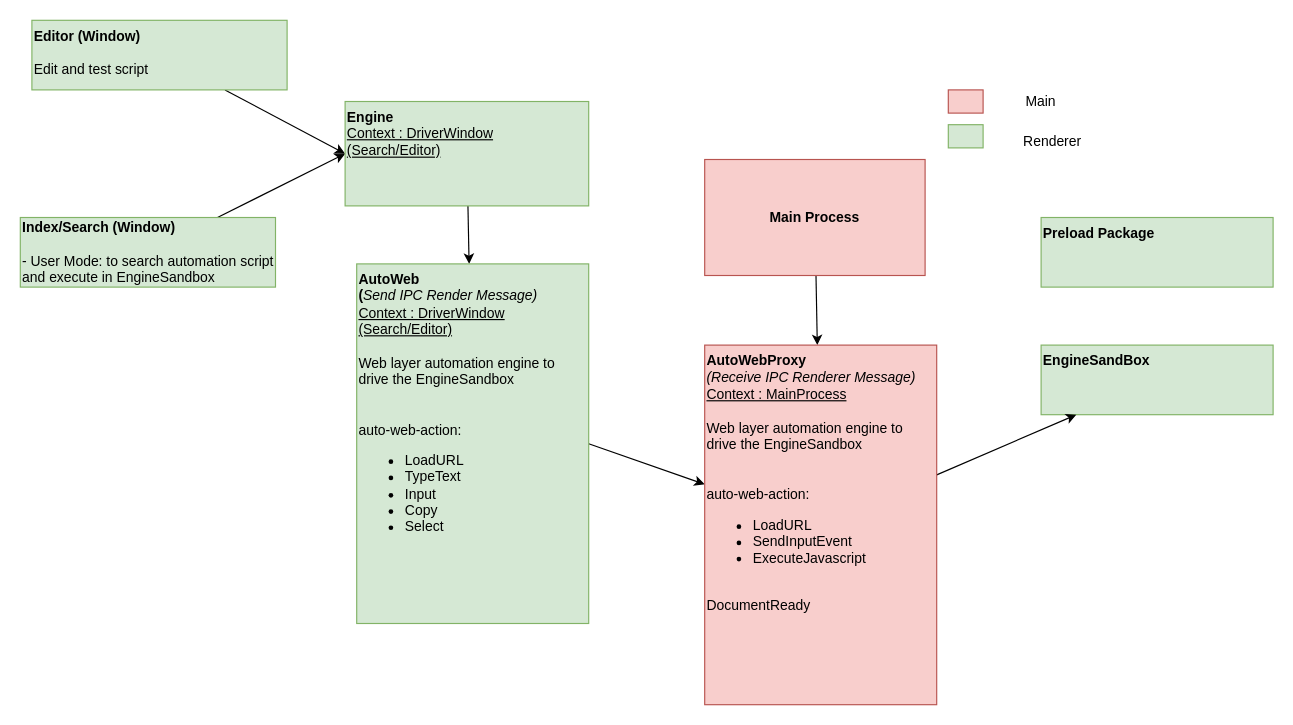
Above: documents/design/execution.drawio in polease/AutomazApp (draw.io), before the change. Source tidied: cells renumbered, new cells numbered last; positions are measured from the earlier drawing's top-left corner, leaving out a move shared by most shapes. Both pictures are drawn from the tidied source at 116%, with x=0, y=0 at pixel (20, 20).
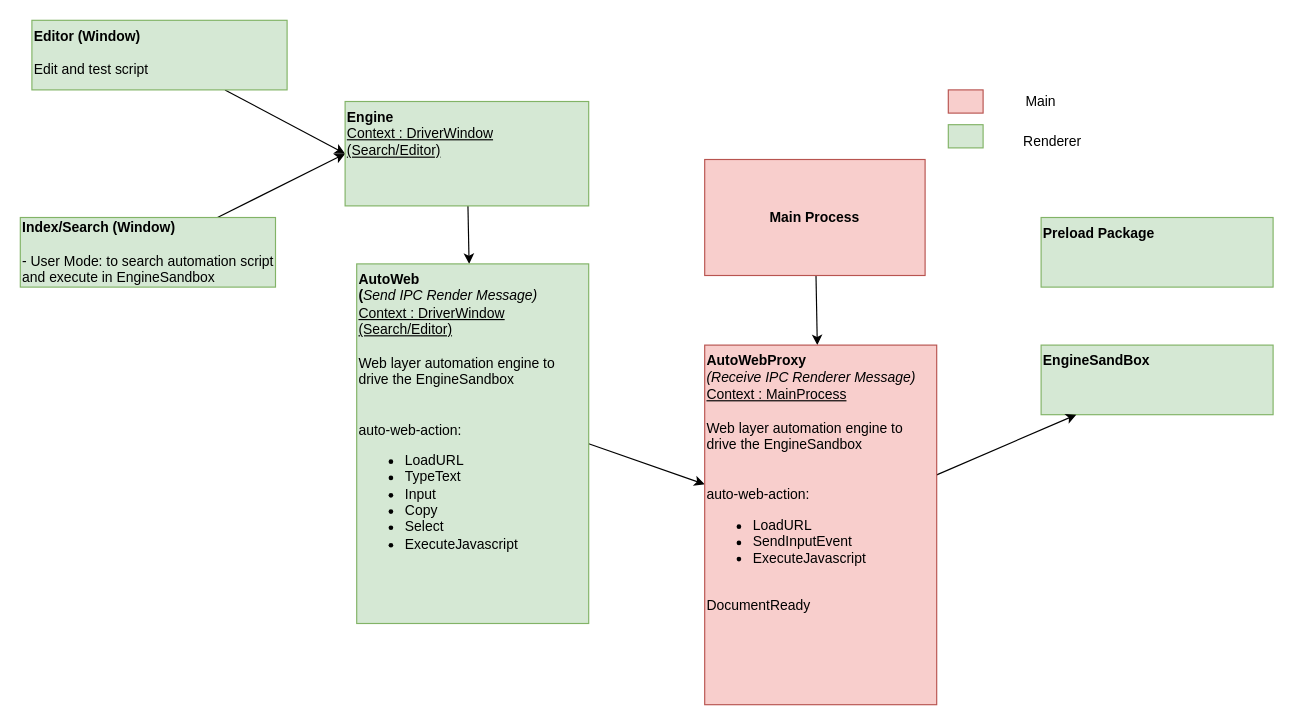
After the change.

What changed in the source:
```diff
@@
 <mxGraphModel>
   <root>
     <mxCell id="0" />
     <mxCell id="1" parent="0" />
     <mxCell id="2" value="&lt;b&gt;EngineSandBox&amp;nbsp;&lt;/b&gt;" style="rounded=0;whiteSpace=wrap;html=1;fillColor=#d5e8d4;strokeColor=#82b366;verticalAlign=top;align=left;" parent="1" vertex="1">
       <mxGeometry x="880" y="280" width="200" height="60" as="geometry" />
     </mxCell>
     <mxCell id="3" style="edgeStyle=none;html=1;" parent="1" edge="1" source="4" target="18">
       <mxGeometry relative="1" as="geometry" />
     </mxCell>
     <mxCell id="4" value="Main Process" style="rounded=0;whiteSpace=wrap;html=1;fontStyle=1;fillColor=#f8cecc;strokeColor=#b85450;" parent="1" vertex="1">
       <mxGeometry x="590" y="120" width="190" height="100" as="geometry" />
     </mxCell>
     <mxCell id="5" style="edgeStyle=none;html=1;entryX=0;entryY=0.5;entryDx=0;entryDy=0;" parent="1" edge="1" source="6" target="14">
       <mxGeometry relative="1" as="geometry" />
     </mxCell>
     <mxCell id="6" value="&lt;b&gt;Index/Search (Window)&lt;/b&gt;&lt;br&gt;&lt;br&gt;- User Mode: to search automation script and execute in EngineSandbox" style="rounded=0;whiteSpace=wrap;html=1;fillColor=#d5e8d4;strokeColor=#82b366;align=left;" parent="1" vertex="1">
       <mxGeometry y="170" width="220" height="60" as="geometry" />
     </mxCell>
     <mxCell id="7" style="rounded=0;whiteSpace=wrap;html=1;fillColor=#f8cecc;strokeColor=#b85450;" parent="1" vertex="1">
       <mxGeometry x="800" y="60" width="30" height="20" as="geometry" />
     </mxCell>
     <mxCell id="8" style="rounded=0;whiteSpace=wrap;html=1;fillColor=#d5e8d4;strokeColor=#82b366;" parent="1" vertex="1">
       <mxGeometry x="800" y="90" width="30" height="20" as="geometry" />
     </mxCell>
     <mxCell id="9" value="Main" style="text;html=1;strokeColor=none;fillColor=none;align=center;verticalAlign=middle;whiteSpace=wrap;rounded=0;" parent="1" vertex="1">
       <mxGeometry x="850" y="55" width="60" height="30" as="geometry" />
     </mxCell>
     <mxCell id="10" value="Renderer" style="text;html=1;strokeColor=none;fillColor=none;align=center;verticalAlign=middle;whiteSpace=wrap;rounded=0;" parent="1" vertex="1">
       <mxGeometry x="860" y="90" width="60" height="30" as="geometry" />
     </mxCell>
     <mxCell id="11" style="edgeStyle=none;html=1;entryX=0;entryY=0.5;entryDx=0;entryDy=0;" parent="1" edge="1" source="12" target="14">
       <mxGeometry relative="1" as="geometry" />
     </mxCell>
     <mxCell id="12" value="&lt;b&gt;Editor (Window)&lt;/b&gt;&lt;br&gt;&lt;br&gt;Edit and test script" style="rounded=0;whiteSpace=wrap;html=1;fillColor=#d5e8d4;strokeColor=#82b366;align=left;verticalAlign=top;" parent="1" vertex="1">
       <mxGeometry x="10" width="220" height="60" as="geometry" />
     </mxCell>
     <mxCell id="13" style="edgeStyle=none;html=1;" parent="1" edge="1" source="14" target="16">
       <mxGeometry relative="1" as="geometry" />
     </mxCell>
     <mxCell id="14" value="&lt;b&gt;Engine&lt;br&gt;&lt;/b&gt;&lt;u&gt;Context : DriverWindow (Search/Editor)&lt;/u&gt;&lt;b&gt;&lt;br&gt;&lt;/b&gt;" style="rounded=0;whiteSpace=wrap;html=1;fillColor=#d5e8d4;strokeColor=#82b366;align=left;verticalAlign=top;" parent="1" vertex="1">
       <mxGeometry x="280" y="70" width="210" height="90" as="geometry" />
     </mxCell>
     <mxCell id="15" style="edgeStyle=none;html=1;exitX=1;exitY=0.5;exitDx=0;exitDy=0;" parent="1" edge="1" source="16" target="18">
       <mxGeometry relative="1" as="geometry" />
     </mxCell>
-    <mxCell id="16" value="&lt;b&gt;AutoWeb&lt;br&gt;(&lt;/b&gt;&lt;i&gt;Send IPC Render Message)&lt;br&gt;&lt;/i&gt;&lt;u&gt;Context : DriverWindow (Search/Editor)&lt;/u&gt;&lt;br&gt;&lt;br&gt;Web layer automation engine to drive the EngineSandbox&amp;nbsp;&lt;br&gt;&lt;br&gt;&lt;br&gt;auto-web-action:&lt;br&gt;&lt;ul&gt;&lt;li&gt;LoadURL&lt;/li&gt;&lt;li&gt;TypeText&lt;/li&gt;&lt;li&gt;Input&lt;/li&gt;&lt;li&gt;Copy&lt;/li&gt;&lt;li&gt;Select&lt;/li&gt;&lt;/ul&gt;&lt;div&gt;&lt;br&gt;&lt;/div&gt;&lt;div&gt;&lt;br&gt;&lt;/div&gt;" style="rounded=0;whiteSpace=wrap;html=1;fillColor=#d5e8d4;strokeColor=#82b366;align=left;verticalAlign=top;" parent="1" vertex="1">
+    <mxCell id="16" value="&lt;b&gt;AutoWeb&lt;br&gt;(&lt;/b&gt;&lt;i&gt;Send IPC Render Message)&lt;br&gt;&lt;/i&gt;&lt;u&gt;Context : DriverWindow (Search/Editor)&lt;/u&gt;&lt;br&gt;&lt;br&gt;Web layer automation engine to drive the EngineSandbox&amp;nbsp;&lt;br&gt;&lt;br&gt;&lt;br&gt;auto-web-action:&lt;br&gt;&lt;ul&gt;&lt;li&gt;LoadURL&lt;/li&gt;&lt;li&gt;TypeText&lt;/li&gt;&lt;li&gt;Input&lt;/li&gt;&lt;li&gt;Copy&lt;/li&gt;&lt;li&gt;Select&lt;/li&gt;&lt;li&gt;ExecuteJavascript&lt;/li&gt;&lt;/ul&gt;&lt;div&gt;&lt;br&gt;&lt;/div&gt;&lt;div&gt;&lt;br&gt;&lt;/div&gt;" style="rounded=0;whiteSpace=wrap;html=1;fillColor=#d5e8d4;strokeColor=#82b366;align=left;verticalAlign=top;" parent="1" vertex="1">
       <mxGeometry x="290" y="210" width="200" height="310" as="geometry" />
     </mxCell>
     <mxCell id="17" style="edgeStyle=none;html=1;" parent="1" edge="1" source="18" target="2">
       <mxGeometry relative="1" as="geometry" />
     </mxCell>
     <mxCell id="18" value="&lt;b&gt;AutoWebProxy&lt;/b&gt;&lt;br&gt;&lt;i&gt;(Receive IPC Renderer Message)&lt;/i&gt;&lt;br&gt;&lt;u&gt;Context : MainProcess&lt;/u&gt;&lt;br&gt;&lt;br&gt;Web layer automation engine to drive the EngineSandbox&amp;nbsp;&lt;br&gt;&lt;br&gt;&lt;br&gt;auto-web-action:&lt;br&gt;&lt;ul&gt;&lt;li&gt;LoadURL&lt;/li&gt;&lt;li&gt;SendInputEvent&lt;/li&gt;&lt;li&gt;ExecuteJavascript&lt;/li&gt;&lt;/ul&gt;&lt;div&gt;&lt;br&gt;&lt;/div&gt;&lt;div&gt;DocumentReady&lt;/div&gt;" style="rounded=0;whiteSpace=wrap;html=1;fillColor=#f8cecc;strokeColor=#b85450;align=left;verticalAlign=top;" parent="1" vertex="1">
       <mxGeometry x="590" y="280" width="200" height="310" as="geometry" />
     </mxCell>
     <mxCell id="19" value="&lt;b&gt;Preload Package&lt;br&gt;&lt;br&gt;&lt;/b&gt;" style="rounded=0;whiteSpace=wrap;html=1;fillColor=#d5e8d4;strokeColor=#82b366;verticalAlign=top;align=left;" parent="1" vertex="1">
       <mxGeometry x="880" y="170" width="200" height="60" as="geometry" />
     </mxCell>
   </root>
 </mxGraphModel>
```
